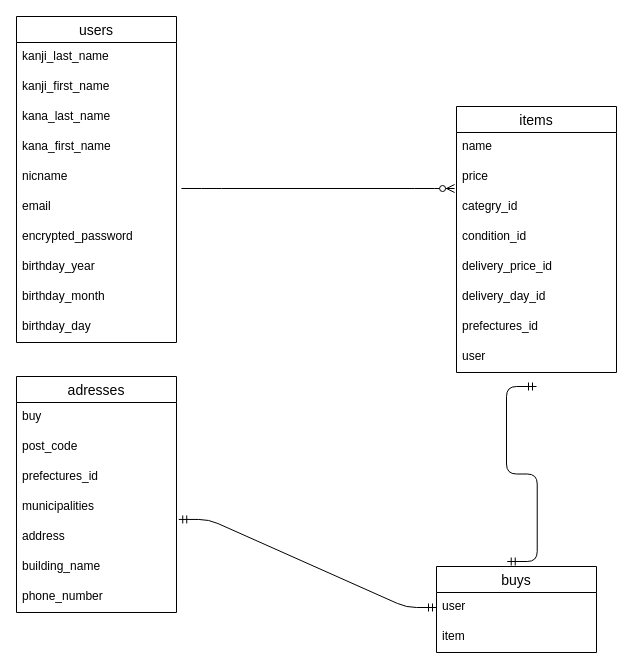
Above: furima.dio in oda27/furima-38275 (draw.io), before the change. Source tidied: cells renumbered, new cells numbered last; positions are measured from the earlier drawing's top-left corner, leaving out a move shared by most shapes. Both pictures are drawn from the tidied source at 100%, with x=0, y=0 at pixel (16, 16).
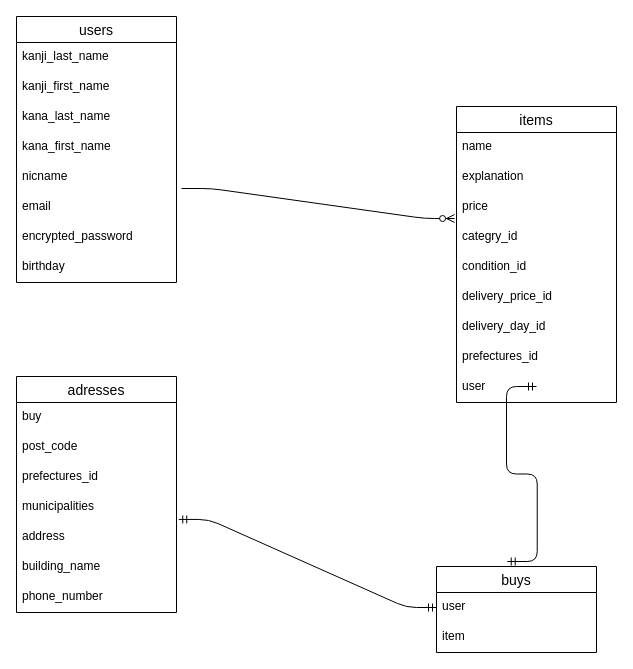
The same page after the edit.

Commit message (it also covers changes not shown here):
データベース設計

What changed in the source:
```diff
@@
     <mxCell id="2" value="users" style="swimlane;fontStyle=0;horizontal=1;startSize=26;align=center;fontSize=14;" parent="1" vertex="1">
-      <mxGeometry width="160" height="326" as="geometry" />
+      <mxGeometry width="160" height="266" as="geometry" />
     </mxCell>
@@
-    <mxCell id="10" value="birthday_year" style="text;strokeColor=none;fillColor=none;spacingLeft=4;spacingRight=4;overflow=hidden;fontSize=12;" parent="2" vertex="1">
+    <mxCell id="10" value="birthday" style="text;strokeColor=none;fillColor=none;spacingLeft=4;spacingRight=4;overflow=hidden;fontSize=12;" parent="2" vertex="1">
       <mxGeometry y="236" width="160" height="30" as="geometry" />
     </mxCell>
-    <mxCell id="11" value="birthday_month" style="text;strokeColor=none;fillColor=none;spacingLeft=4;spacingRight=4;overflow=hidden;fontSize=12;" parent="2" vertex="1">
-      <mxGeometry y="266" width="160" height="30" as="geometry" />
-    </mxCell>
-    <mxCell id="12" value="birthday_day" style="text;strokeColor=none;fillColor=none;spacingLeft=4;spacingRight=4;overflow=hidden;fontSize=12;" parent="2" vertex="1">
-      <mxGeometry y="296" width="160" height="30" as="geometry" />
-    </mxCell>
@@
     <mxCell id="24" value="items" style="swimlane;fontStyle=0;horizontal=1;startSize=26;align=center;fontSize=14;" parent="1" vertex="1">
-      <mxGeometry x="440" y="90" width="160" height="266" as="geometry" />
+      <mxGeometry x="440" y="90" width="160" height="296" as="geometry" />
     </mxCell>
@@
+    <mxCell id="37" value="explanation" style="text;strokeColor=none;fillColor=none;spacingLeft=4;spacingRight=4;overflow=hidden;fontSize=12;" parent="24" vertex="1">
+      <mxGeometry y="56" width="160" height="30" as="geometry" />
+    </mxCell>
     <mxCell id="26" value="price" style="text;strokeColor=none;fillColor=none;spacingLeft=4;spacingRight=4;overflow=hidden;points=[[0,0.5],[1,0.5]];portConstraint=eastwest;fontSize=12;" parent="24" vertex="1">
-      <mxGeometry y="56" width="160" height="30" as="geometry" />
+      <mxGeometry y="86" width="160" height="30" as="geometry" />
     </mxCell>
     <mxCell id="27" value="categry_id&#10;&#10;" style="text;strokeColor=none;fillColor=none;spacingLeft=4;spacingRight=4;overflow=hidden;fontSize=12;" parent="24" vertex="1">
-      <mxGeometry y="86" width="160" height="30" as="geometry" />
+      <mxGeometry y="116" width="160" height="30" as="geometry" />
     </mxCell>
     <mxCell id="28" value="condition_id" style="text;strokeColor=none;fillColor=none;spacingLeft=4;spacingRight=4;overflow=hidden;fontSize=12;" parent="24" vertex="1">
-      <mxGeometry y="116" width="160" height="30" as="geometry" />
+      <mxGeometry y="146" width="160" height="30" as="geometry" />
     </mxCell>
     <mxCell id="29" value="delivery_price_id" style="text;strokeColor=none;fillColor=none;spacingLeft=4;spacingRight=4;overflow=hidden;fontSize=12;" parent="24" vertex="1">
-      <mxGeometry y="146" width="160" height="30" as="geometry" />
+      <mxGeometry y="176" width="160" height="30" as="geometry" />
     </mxCell>
     <mxCell id="30" value="delivery_day_id" style="text;strokeColor=none;fillColor=none;spacingLeft=4;spacingRight=4;overflow=hidden;fontSize=12;" parent="24" vertex="1">
-      <mxGeometry y="176" width="160" height="30" as="geometry" />
+      <mxGeometry y="206" width="160" height="30" as="geometry" />
     </mxCell>
     <mxCell id="31" value="prefectures_id" style="text;strokeColor=none;fillColor=none;spacingLeft=4;spacingRight=4;overflow=hidden;fontSize=12;" parent="24" vertex="1">
-      <mxGeometry y="206" width="160" height="30" as="geometry" />
+      <mxGeometry y="236" width="160" height="30" as="geometry" />
     </mxCell>
     <mxCell id="32" value="user" style="text;strokeColor=none;fillColor=none;spacingLeft=4;spacingRight=4;overflow=hidden;points=[[0,0.5],[1,0.5]];portConstraint=eastwest;fontSize=12;" parent="24" vertex="1">
-      <mxGeometry y="236" width="160" height="30" as="geometry" />
+      <mxGeometry y="266" width="160" height="30" as="geometry" />
     </mxCell>
```
